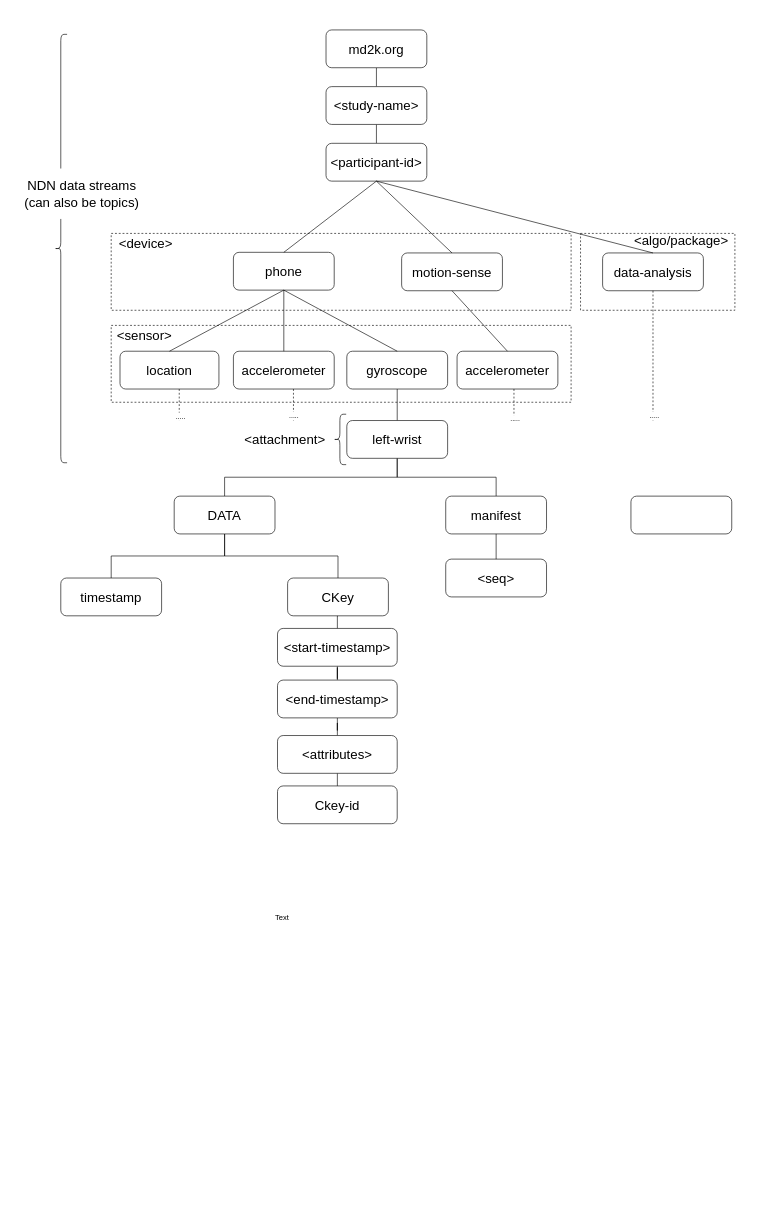
Before: page "Namespace" (2 of 3) of docs/mGuard .drawio in dulalsaurab/new-mguard, a draw.io diagram. Source tidied: cells renumbered, new cells numbered last; positions are measured from the earlier drawing's top-left corner, leaving out a move shared by most shapes. Both pictures are drawn from the tidied source at 63%, with x=0, y=0 at pixel (11, 11).
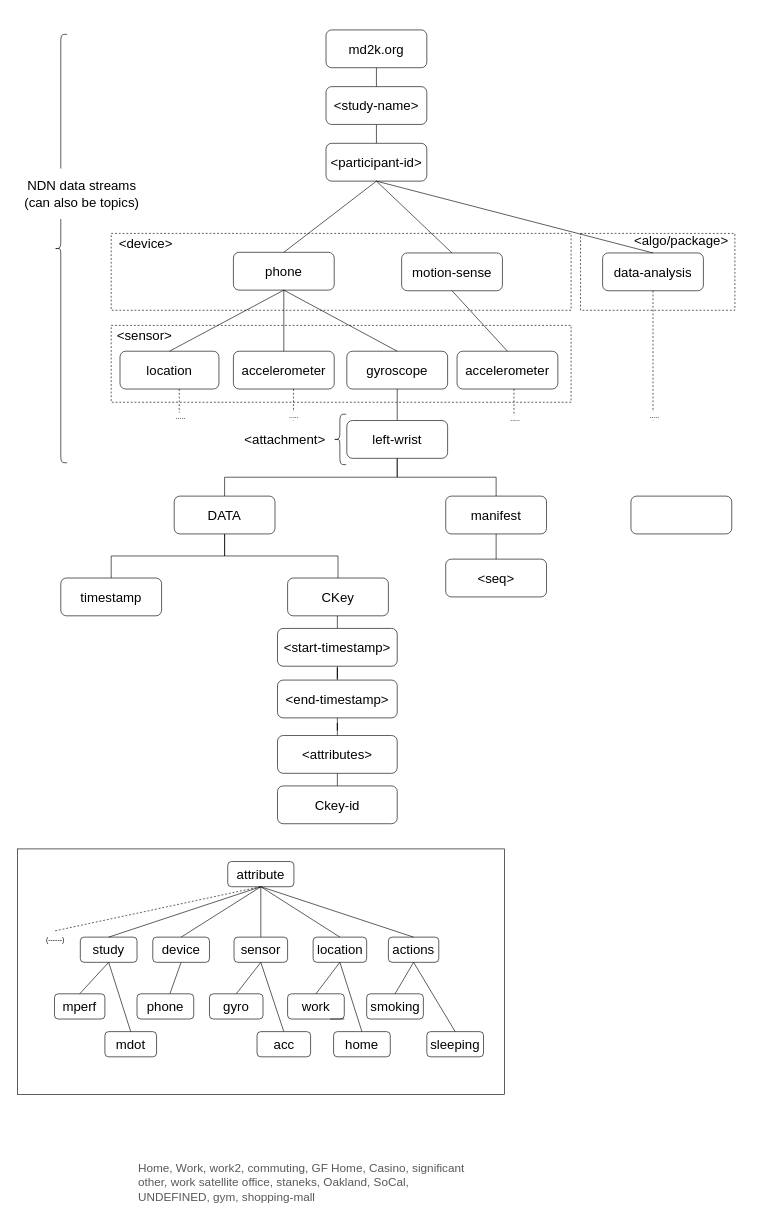
The same page after the edit.

What changed in the source:
```diff
@@
-    <mxCell id="2" style="rounded=0;whiteSpace=wrap;html=1;dashed=1;strokeColor=none;fontStyle=0;" parent="1" vertex="1">
-      <mxGeometry width="1180" height="1340" as="geometry" />
-    </mxCell>
+    <mxCell id="62" style="rounded=0;whiteSpace=wrap;html=1;" parent="1" vertex="1">
+      <mxGeometry x="10" y="1330" width="773" height="390" as="geometry" />
+    </mxCell>
@@
-    <mxCell id="60" value="Text" style="text;html=1;align=center;verticalAlign=middle;strokeColor=none;" parent="1" vertex="1">
-      <mxGeometry x="410" y="1430" width="40" height="20" as="geometry" />
-    </mxCell>
@@
+    <mxCell id="63" style="edgeStyle=none;rounded=0;jettySize=auto;html=1;exitX=0.5;exitY=1;exitDx=0;exitDy=0;entryX=0.5;entryY=0;entryDx=0;entryDy=0;endArrow=none;endFill=0;" parent="1" edge="1" source="65" target="87">
+      <mxGeometry relative="1" as="geometry" />
+    </mxCell>
+    <mxCell id="64" style="edgeStyle=none;rounded=0;jettySize=auto;html=1;exitX=0.5;exitY=1;exitDx=0;exitDy=0;entryX=0.5;entryY=0;entryDx=0;entryDy=0;endArrow=none;endFill=0;" parent="1" edge="1" source="65" target="93">
+      <mxGeometry relative="1" as="geometry" />
+    </mxCell>
+    <mxCell id="65" value="&lt;font style=&quot;font-size: 21px&quot;&gt;sensor&lt;/font&gt;" style="rounded=1;whiteSpace=wrap;html=1;fontStyle=0;" parent="1" vertex="1">
+      <mxGeometry x="354" y="1470" width="85" height="40" as="geometry" />
+    </mxCell>
+    <mxCell id="66" style="rounded=0;jettySize=auto;html=1;exitX=0.5;exitY=1;exitDx=0;exitDy=0;endArrow=none;endFill=0;" parent="1" edge="1" source="67" target="86">
+      <mxGeometry relative="1" as="geometry" />
+    </mxCell>
+    <mxCell id="67" value="&lt;font style=&quot;font-size: 21px&quot;&gt;device&lt;/font&gt;" style="rounded=1;whiteSpace=wrap;html=1;fontStyle=0;" parent="1" vertex="1">
+      <mxGeometry x="225" y="1470" width="90" height="40" as="geometry" />
+    </mxCell>
+    <mxCell id="68" value="&lt;font style=&quot;font-size: 21px&quot;&gt;attribute&lt;/font&gt;" style="rounded=1;whiteSpace=wrap;html=1;fontStyle=0;" parent="1" vertex="1">
+      <mxGeometry x="344" y="1350" width="105" height="40" as="geometry" />
+    </mxCell>
+    <mxCell id="69" style="endArrow=none;html=1;entryX=0.5;entryY=1;entryDx=0;entryDy=0;exitX=0.5;exitY=0;exitDx=0;exitDy=0;" parent="1" edge="1" source="67" target="68">
+      <mxGeometry relative="1" as="geometry" />
+    </mxCell>
+    <mxCell id="70" value="&lt;font style=&quot;font-size: 21px&quot;&gt;actions&lt;/font&gt;" style="rounded=1;whiteSpace=wrap;html=1;fontStyle=0;" parent="1" vertex="1">
+      <mxGeometry x="599" y="1470" width="80" height="40" as="geometry" />
+    </mxCell>
+    <mxCell id="71" value="&lt;font style=&quot;font-size: 21px&quot;&gt;study&lt;/font&gt;" style="rounded=1;whiteSpace=wrap;html=1;fontStyle=0;" parent="1" vertex="1">
+      <mxGeometry x="110" y="1470" width="90" height="40" as="geometry" />
+    </mxCell>
+    <mxCell id="72" style="endArrow=none;html=1;exitX=0.5;exitY=0;exitDx=0;exitDy=0;entryX=0.5;entryY=1;entryDx=0;entryDy=0;" parent="1" edge="1" source="71" target="68">
+      <mxGeometry relative="1" as="geometry" />
+    </mxCell>
+    <mxCell id="73" style="endArrow=none;html=1;entryX=0.5;entryY=1;entryDx=0;entryDy=0;exitX=0.5;exitY=0;exitDx=0;exitDy=0;" parent="1" edge="1" source="65" target="68">
+      <mxGeometry relative="1" as="geometry" />
+    </mxCell>
+    <mxCell id="74" style="endArrow=none;html=1;entryX=0.5;entryY=1;entryDx=0;entryDy=0;exitX=0.5;exitY=0;exitDx=0;exitDy=0;" parent="1" edge="1" source="70" target="68">
+      <mxGeometry relative="1" as="geometry" />
+    </mxCell>
+    <mxCell id="75" value="&lt;font style=&quot;font-size: 21px&quot;&gt;mperf&lt;/font&gt;" style="rounded=1;whiteSpace=wrap;html=1;fontStyle=0;" parent="1" vertex="1">
+      <mxGeometry x="69" y="1560" width="80" height="40" as="geometry" />
+    </mxCell>
+    <mxCell id="76" value="&lt;font style=&quot;font-size: 21px&quot;&gt;mdot&lt;/font&gt;" style="rounded=1;whiteSpace=wrap;html=1;fontStyle=0;" parent="1" vertex="1">
+      <mxGeometry x="149" y="1620" width="82" height="40" as="geometry" />
+    </mxCell>
+    <mxCell id="77" value="&lt;b style=&quot;font-weight: normal&quot; id=&quot;docs-internal-guid-9f82501e-7fff-ac91-188c-f8f159a930bd&quot;&gt;&lt;span style=&quot;font-size: 14pt; font-family: calibri, sans-serif; color: rgb(89, 89, 89); background-color: transparent; font-weight: 400; font-style: normal; font-variant: normal; text-decoration: none; vertical-align: baseline;&quot;&gt;Home, Work, work2, commuting, GF Home, Casino, significant other, work satellite office, staneks, Oakland, SoCal, UNDEFINED, gym, shopping-mall&lt;/span&gt;&lt;/b&gt;" style="text;whiteSpace=wrap;html=1;" parent="1" vertex="1">
+      <mxGeometry x="200" y="1820" width="550" height="60" as="geometry" />
+    </mxCell>
+    <mxCell id="78" value="&lt;font style=&quot;font-size: 21px&quot;&gt;location&lt;/font&gt;" style="rounded=1;whiteSpace=wrap;html=1;fontStyle=0;" parent="1" vertex="1">
+      <mxGeometry x="479.5" y="1470" width="85" height="40" as="geometry" />
+    </mxCell>
+    <mxCell id="79" value="&lt;font style=&quot;font-size: 21px&quot;&gt;home&lt;/font&gt;" style="rounded=1;whiteSpace=wrap;html=1;fontStyle=0;" parent="1" vertex="1">
+      <mxGeometry x="512" y="1620" width="90" height="40" as="geometry" />
+    </mxCell>
+    <mxCell id="80" value="&lt;font style=&quot;font-size: 21px&quot;&gt;work&lt;/font&gt;" style="rounded=1;whiteSpace=wrap;html=1;fontStyle=0;" parent="1" vertex="1">
+      <mxGeometry x="439" y="1560" width="90" height="40" as="geometry" />
+    </mxCell>
+    <mxCell id="81" style="endArrow=none;html=1;exitX=0.5;exitY=0;exitDx=0;exitDy=0;entryX=0.5;entryY=1;entryDx=0;entryDy=0;" parent="1" edge="1" source="78" target="68">
+      <mxGeometry relative="1" as="geometry" />
+    </mxCell>
+    <mxCell id="82" style="endArrow=none;html=1;entryX=0.5;entryY=1;entryDx=0;entryDy=0;exitX=0.5;exitY=0;exitDx=0;exitDy=0;" parent="1" edge="1" source="80" target="78">
+      <mxGeometry relative="1" as="geometry" />
+    </mxCell>
+    <mxCell id="83" style="endArrow=none;html=1;entryX=0.5;entryY=1;entryDx=0;entryDy=0;exitX=0.5;exitY=0;exitDx=0;exitDy=0;" parent="1" edge="1" source="79" target="78">
+      <mxGeometry relative="1" as="geometry" />
+    </mxCell>
+    <mxCell id="84" style="endArrow=none;html=1;entryX=0.5;entryY=1;entryDx=0;entryDy=0;exitX=0.5;exitY=0;exitDx=0;exitDy=0;" parent="1" edge="1" source="75" target="71">
+      <mxGeometry relative="1" as="geometry" />
+    </mxCell>
+    <mxCell id="85" style="endArrow=none;html=1;exitX=0.5;exitY=0;exitDx=0;exitDy=0;entryX=0.5;entryY=1;entryDx=0;entryDy=0;" parent="1" edge="1" source="76" target="71">
+      <mxGeometry relative="1" as="geometry" />
+    </mxCell>
+    <mxCell id="86" value="&lt;span style=&quot;font-size: 21px&quot;&gt;phone&lt;/span&gt;" style="rounded=1;whiteSpace=wrap;html=1;fontStyle=0;" parent="1" vertex="1">
+      <mxGeometry x="200" y="1560" width="90" height="40" as="geometry" />
+    </mxCell>
+    <mxCell id="87" value="&lt;font style=&quot;font-size: 21px&quot;&gt;gyro&lt;/font&gt;" style="rounded=1;whiteSpace=wrap;html=1;fontStyle=0;" parent="1" vertex="1">
+      <mxGeometry x="315" y="1560" width="85" height="40" as="geometry" />
+    </mxCell>
+    <mxCell id="88" style="edgeStyle=none;rounded=0;orthogonalLoop=1;jettySize=auto;html=1;exitX=0.75;exitY=1;exitDx=0;exitDy=0;entryX=1;entryY=1;entryDx=0;entryDy=0;endArrow=none;endFill=0;" parent="1" edge="1" source="80" target="80">
+      <mxGeometry relative="1" as="geometry" />
+    </mxCell>
+    <mxCell id="89" value="&lt;font style=&quot;font-size: 21px&quot;&gt;sleeping&lt;/font&gt;" style="rounded=1;whiteSpace=wrap;html=1;fontStyle=0;" parent="1" vertex="1">
+      <mxGeometry x="660" y="1620" width="90" height="40" as="geometry" />
+    </mxCell>
+    <mxCell id="90" value="&lt;font style=&quot;font-size: 21px&quot;&gt;smoking&lt;/font&gt;" style="rounded=1;whiteSpace=wrap;html=1;fontStyle=0;" parent="1" vertex="1">
+      <mxGeometry x="564.5" y="1560" width="90" height="40" as="geometry" />
+    </mxCell>
+    <mxCell id="91" style="endArrow=none;html=1;entryX=0.5;entryY=1;entryDx=0;entryDy=0;exitX=0.5;exitY=0;exitDx=0;exitDy=0;" parent="1" edge="1" source="89" target="70">
+      <mxGeometry relative="1" as="geometry" />
+    </mxCell>
+    <mxCell id="92" style="endArrow=none;html=1;entryX=0.5;entryY=1;entryDx=0;entryDy=0;exitX=0.5;exitY=0;exitDx=0;exitDy=0;" parent="1" edge="1" source="90" target="70">
+      <mxGeometry relative="1" as="geometry" />
+    </mxCell>
+    <mxCell id="93" value="&lt;span style=&quot;font-size: 21px&quot;&gt;acc&lt;/span&gt;" style="rounded=1;whiteSpace=wrap;html=1;fontStyle=0;" parent="1" vertex="1">
+      <mxGeometry x="390.5" y="1620" width="85" height="40" as="geometry" />
+    </mxCell>
+    <mxCell id="94" style="endArrow=none;html=1;dashed=1;" parent="1" edge="1">
+      <mxGeometry relative="1" as="geometry">
+        <mxPoint x="70" y="1460" as="sourcePoint" />
+        <mxPoint x="396" y="1390" as="targetPoint" />
+      </mxGeometry>
+    </mxCell>
+    <mxCell id="95" value="(------)" style="edgeLabel;html=1;align=center;verticalAlign=middle;" parent="94" vertex="1">
+      <mxGeometry x="-0.32" y="2" relative="1" as="geometry">
+        <mxPoint x="-111" y="39" as="offset" />
+      </mxGeometry>
+    </mxCell>
```
